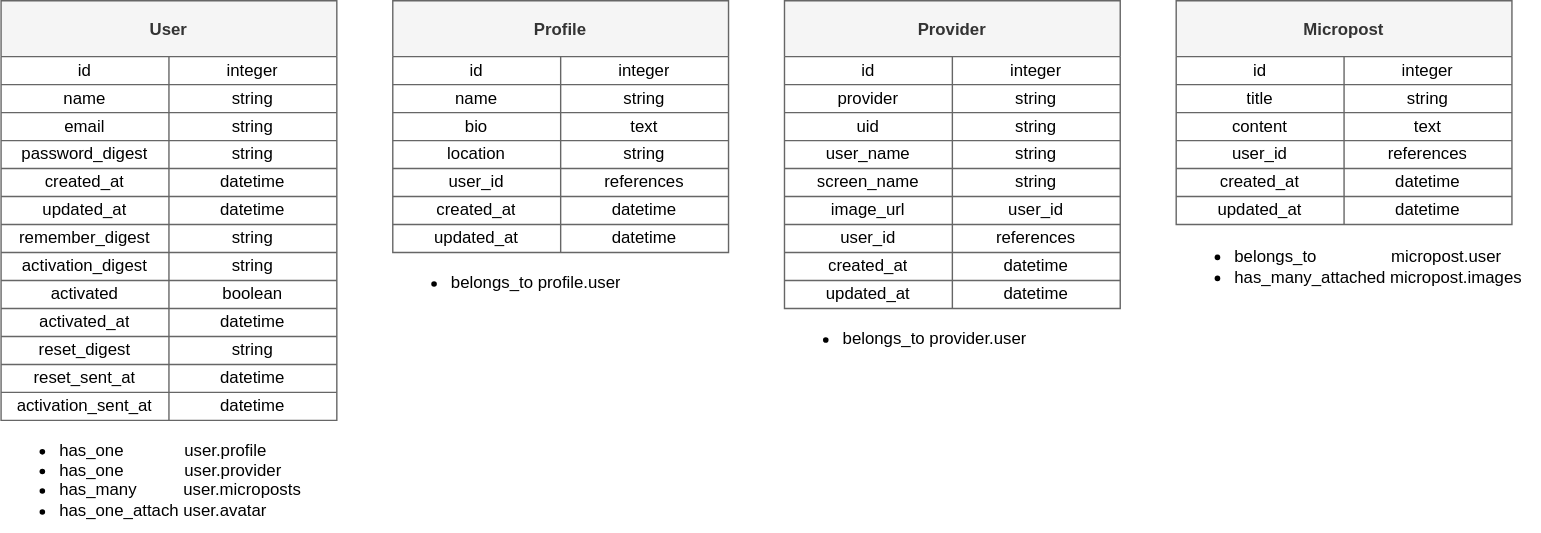
Before: doc/images/model-structure.drawio.svg, a diagram exported from draw.io (ittoku703/mizusirazu). Source tidied: cells renumbered, new cells last; positions are measured from the earlier drawing's top-left corner, leaving out a move shared by most shapes.
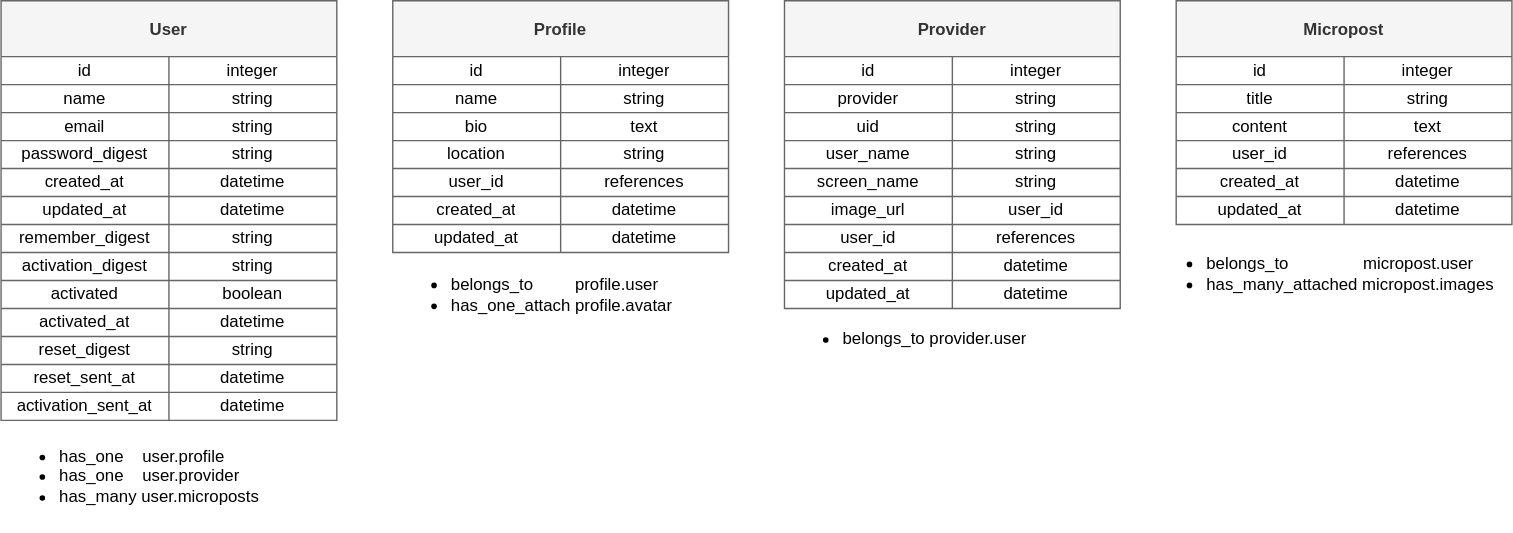
The same file after the commit.

The edit, as a diff of the source:
```diff
@@ -188,11 +188,11 @@
     <mxCell id="63" value="datetime" style="shape=partialRectangle;html=1;whiteSpace=wrap;fillColor=none;top=0;left=0;bottom=0;right=0;overflow=hidden;" parent="61" vertex="1">
       <mxGeometry x="120" width="120" height="20" as="geometry" />
     </mxCell>
-    <mxCell id="64" value="&lt;ul&gt;&lt;li&gt;has_one&amp;nbsp; &amp;nbsp; &amp;nbsp; &amp;nbsp; &amp;nbsp; &amp;nbsp; &amp;nbsp;user.profile&lt;/li&gt;&lt;li&gt;has_one&amp;nbsp; &amp;nbsp; &amp;nbsp; &amp;nbsp; &amp;nbsp; &amp;nbsp; &amp;nbsp;user.provider&lt;/li&gt;&lt;li&gt;has_many&amp;nbsp; &amp;nbsp; &amp;nbsp; &amp;nbsp; &amp;nbsp; user.microposts&lt;/li&gt;&lt;li&gt;has_one_attach user.avatar&lt;/li&gt;&lt;/ul&gt;" style="text;strokeColor=none;fillColor=none;html=1;whiteSpace=wrap;verticalAlign=middle;overflow=hidden;align=left;" parent="1" vertex="1">
+    <mxCell id="64" value="&lt;ul&gt;&lt;li&gt;has_one&amp;nbsp; &amp;nbsp; user.profile&lt;/li&gt;&lt;li&gt;has_one&amp;nbsp; &amp;nbsp; user.provider&lt;/li&gt;&lt;li&gt;has_many user.microposts&lt;/li&gt;&lt;/ul&gt;" style="text;strokeColor=none;fillColor=none;html=1;whiteSpace=wrap;verticalAlign=middle;overflow=hidden;align=left;" parent="1" vertex="1">
       <mxGeometry y="300" width="240" height="80" as="geometry" />
     </mxCell>
-    <mxCell id="65" value="&lt;ul&gt;&lt;li&gt;belongs_to profile.user&lt;/li&gt;&lt;/ul&gt;" style="text;strokeColor=none;fillColor=none;html=1;whiteSpace=wrap;verticalAlign=middle;overflow=hidden;align=left;" parent="1" vertex="1">
-      <mxGeometry x="280" y="180" width="240" height="40" as="geometry" />
+    <mxCell id="65" value="&lt;ul&gt;&lt;li&gt;belongs_to&amp;nbsp; &amp;nbsp; &amp;nbsp; &amp;nbsp; &amp;nbsp;profile.user&lt;/li&gt;&lt;li&gt;has_one_attach profile.avatar&lt;/li&gt;&lt;/ul&gt;" style="text;strokeColor=none;fillColor=none;html=1;whiteSpace=wrap;verticalAlign=middle;overflow=hidden;align=left;" parent="1" vertex="1">
+      <mxGeometry x="280" y="180" width="240" height="60" as="geometry" />
     </mxCell>
     <mxCell id="66" value="Provider" style="shape=table;startSize=40;fontStyle=1;align=center;fillColor=#f5f5f5;fontColor=#333333;strokeColor=#666666;" parent="1" vertex="1">
       <mxGeometry x="560" width="240" height="220" as="geometry" />
@@ -339,7 +339,7 @@
       <mxGeometry x="120" width="120" height="20" as="geometry" />
     </mxCell>
     <mxCell id="114" value="&lt;ul&gt;&lt;li&gt;belongs_to&amp;nbsp; &amp;nbsp; &amp;nbsp; &amp;nbsp; &amp;nbsp; &amp;nbsp; &amp;nbsp; &amp;nbsp; micropost.user&lt;/li&gt;&lt;li&gt;has_many_attached micropost.images&lt;/li&gt;&lt;/ul&gt;" style="text;strokeColor=none;fillColor=none;html=1;whiteSpace=wrap;verticalAlign=middle;overflow=hidden;align=left;" parent="1" vertex="1">
-      <mxGeometry x="840" y="160" width="260" height="60" as="geometry" />
+      <mxGeometry x="820" y="160" width="260" height="70" as="geometry" />
     </mxCell>
   </root>
 </mxGraphModel>
```
